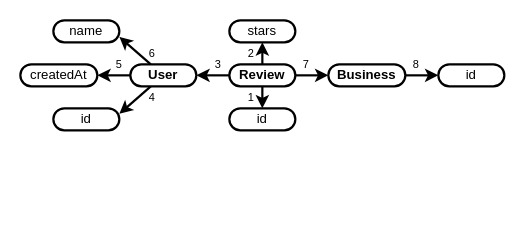
tuaki/phd-thesis keeps this draw.io diagram as page "schema_category" (3 of 12) of img/src/commentary.drawio. Above is the earlier version. Source tidied: cells renumbered, new cells numbered last; positions are measured from the earlier drawing's top-left corner, leaving out a move shared by most shapes. Both pictures are drawn from the tidied source at 110%, with x=0, y=0 at pixel (20, 20).
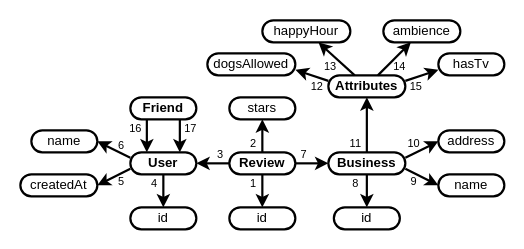
Above is the later version.

Diff of the diagram source:
```diff
@@
-    <mxCell id="2" style="rounded=0;jettySize=auto;html=1;strokeWidth=2;entryX=1;entryY=0.75;entryDx=0;entryDy=0;" parent="1" edge="1" source="5" target="15">
+    <mxCell id="2" style="rounded=0;jettySize=auto;html=1;strokeWidth=2;entryX=1;entryY=0.5;entryDx=0;entryDy=0;exitX=0;exitY=0.25;exitDx=0;exitDy=0;" parent="1" edge="1" source="5" target="15">
       <mxGeometry relative="1" as="geometry" />
     </mxCell>
-    <mxCell id="3" style="rounded=0;jettySize=auto;html=1;strokeWidth=2;" parent="1" edge="1" source="5" target="18">
+    <mxCell id="3" style="rounded=0;jettySize=auto;html=1;strokeWidth=2;entryX=1;entryY=0.5;entryDx=0;entryDy=0;exitX=0;exitY=0.75;exitDx=0;exitDy=0;" parent="1" edge="1" source="5" target="18">
       <mxGeometry relative="1" as="geometry" />
     </mxCell>
-    <mxCell id="4" style="rounded=0;jettySize=auto;html=1;strokeWidth=2;entryX=1;entryY=0.25;entryDx=0;entryDy=0;" parent="1" edge="1" source="5" target="16">
+    <mxCell id="4" style="rounded=0;jettySize=auto;html=1;strokeWidth=2;" parent="1" edge="1" source="5" target="16">
       <mxGeometry relative="1" as="geometry" />
     </mxCell>
     <mxCell id="5" value="User" style="rounded=1;whiteSpace=wrap;html=1;strokeWidth=2;arcSize=50;fontSize=12;fontStyle=1;" parent="1" vertex="1">
-      <mxGeometry x="100" y="40" width="60" height="20" as="geometry" />
+      <mxGeometry x="100" y="120" width="60" height="20" as="geometry" />
     </mxCell>
@@
     <mxCell id="10" value="Review" style="rounded=1;whiteSpace=wrap;html=1;strokeWidth=2;arcSize=50;fontSize=12;fontStyle=1;" parent="1" vertex="1">
-      <mxGeometry x="190" y="40" width="60" height="20" as="geometry" />
+      <mxGeometry x="190" y="120" width="60" height="20" as="geometry" />
     </mxCell>
@@
+    <mxCell id="27" style="rounded=0;jettySize=auto;html=1;strokeWidth=2;entryX=0;entryY=0.5;entryDx=0;entryDy=0;exitX=1;exitY=0.75;exitDx=0;exitDy=0;" parent="1" edge="1" source="12" target="31">
+      <mxGeometry relative="1" as="geometry" />
+    </mxCell>
+    <mxCell id="28" style="rounded=0;jettySize=auto;html=1;strokeWidth=2;" parent="1" edge="1" source="12" target="30">
+      <mxGeometry relative="1" as="geometry" />
+    </mxCell>
     <mxCell id="12" value="Business" style="rounded=1;whiteSpace=wrap;html=1;strokeWidth=2;arcSize=50;fontSize=12;fontStyle=1;" parent="1" vertex="1">
-      <mxGeometry x="280" y="40" width="70" height="20" as="geometry" />
+      <mxGeometry x="280" y="120" width="70" height="20" as="geometry" />
     </mxCell>
     <mxCell id="13" value="stars" style="rounded=1;whiteSpace=wrap;html=1;strokeWidth=2;arcSize=50;fontSize=12;" parent="1" vertex="1">
-      <mxGeometry x="190" width="60" height="20" as="geometry" />
+      <mxGeometry x="190" y="70" width="60" height="20" as="geometry" />
     </mxCell>
     <mxCell id="14" value="id" style="rounded=1;whiteSpace=wrap;html=1;strokeWidth=2;arcSize=50;fontSize=12;" parent="1" vertex="1">
-      <mxGeometry x="380" y="40" width="60" height="20" as="geometry" />
+      <mxGeometry x="285" y="170" width="60" height="20" as="geometry" />
     </mxCell>
     <mxCell id="15" value="name" style="rounded=1;whiteSpace=wrap;html=1;strokeWidth=2;arcSize=50;fontSize=12;" parent="1" vertex="1">
-      <mxGeometry x="30" width="60" height="20" as="geometry" />
+      <mxGeometry x="10" y="100" width="60" height="20" as="geometry" />
     </mxCell>
     <mxCell id="16" value="id" style="rounded=1;whiteSpace=wrap;html=1;strokeWidth=2;arcSize=50;fontSize=12;" parent="1" vertex="1">
-      <mxGeometry x="30" y="80" width="60" height="20" as="geometry" />
+      <mxGeometry x="100" y="170" width="60" height="20" as="geometry" />
     </mxCell>
     <mxCell id="17" value="id" style="rounded=1;whiteSpace=wrap;html=1;strokeWidth=2;arcSize=50;fontSize=12;" parent="1" vertex="1">
-      <mxGeometry x="190" y="80" width="60" height="20" as="geometry" />
+      <mxGeometry x="190" y="170" width="60" height="20" as="geometry" />
     </mxCell>
     <mxCell id="18" value="createdAt" style="rounded=1;whiteSpace=wrap;html=1;strokeWidth=2;arcSize=50;fontSize=12;" parent="1" vertex="1">
-      <mxGeometry y="40" width="70" height="20" as="geometry" />
+      <mxGeometry y="140" width="70" height="20" as="geometry" />
     </mxCell>
     <mxCell id="19" value="&lt;p style=&quot;line-height: 100%;&quot;&gt;&lt;font style=&quot;font-size: 10px;&quot;&gt;2&lt;/font&gt;&lt;/p&gt;" style="text;html=1;align=center;verticalAlign=middle;whiteSpace=wrap;rounded=0;" parent="1" vertex="1">
-      <mxGeometry x="200" y="20" width="20" height="20" as="geometry" />
+      <mxGeometry x="202" y="102" width="20" height="20" as="geometry" />
     </mxCell>
     <mxCell id="20" value="&lt;p style=&quot;line-height: 100%;&quot;&gt;&lt;font style=&quot;font-size: 10px;&quot;&gt;1&lt;/font&gt;&lt;/p&gt;" style="text;html=1;align=center;verticalAlign=middle;whiteSpace=wrap;rounded=0;" parent="1" vertex="1">
-      <mxGeometry x="200" y="60" width="20" height="20" as="geometry" />
+      <mxGeometry x="202" y="138" width="20" height="20" as="geometry" />
     </mxCell>
     <mxCell id="21" value="&lt;p style=&quot;line-height: 100%;&quot;&gt;&lt;font style=&quot;font-size: 10px;&quot;&gt;3&lt;/font&gt;&lt;/p&gt;" style="text;html=1;align=center;verticalAlign=middle;whiteSpace=wrap;rounded=0;" parent="1" vertex="1">
-      <mxGeometry x="170" y="30" width="20" height="20" as="geometry" />
+      <mxGeometry x="172" y="112" width="20" height="20" as="geometry" />
     </mxCell>
     <mxCell id="22" value="&lt;p style=&quot;line-height: 100%;&quot;&gt;&lt;font style=&quot;font-size: 10px;&quot;&gt;6&lt;/font&gt;&lt;/p&gt;" style="text;html=1;align=center;verticalAlign=middle;whiteSpace=wrap;rounded=0;" parent="1" vertex="1">
-      <mxGeometry x="110" y="20" width="20" height="20" as="geometry" />
+      <mxGeometry x="82" y="103" width="20" height="20" as="geometry" />
     </mxCell>
     <mxCell id="23" value="&lt;p style=&quot;line-height: 100%;&quot;&gt;&lt;font style=&quot;font-size: 10px;&quot;&gt;5&lt;/font&gt;&lt;/p&gt;" style="text;html=1;align=center;verticalAlign=middle;whiteSpace=wrap;rounded=0;" parent="1" vertex="1">
-      <mxGeometry x="80" y="30" width="20" height="20" as="geometry" />
+      <mxGeometry x="82" y="136" width="20" height="20" as="geometry" />
     </mxCell>
     <mxCell id="24" value="&lt;p style=&quot;line-height: 100%;&quot;&gt;&lt;font style=&quot;font-size: 10px;&quot;&gt;4&lt;/font&gt;&lt;/p&gt;" style="text;html=1;align=center;verticalAlign=middle;whiteSpace=wrap;rounded=0;" parent="1" vertex="1">
-      <mxGeometry x="110" y="60" width="20" height="20" as="geometry" />
+      <mxGeometry x="112" y="138" width="20" height="20" as="geometry" />
     </mxCell>
     <mxCell id="25" value="&lt;p style=&quot;line-height: 100%;&quot;&gt;&lt;font style=&quot;font-size: 10px;&quot;&gt;7&lt;/font&gt;&lt;/p&gt;" style="text;html=1;align=center;verticalAlign=middle;whiteSpace=wrap;rounded=0;" parent="1" vertex="1">
-      <mxGeometry x="250" y="30" width="20" height="20" as="geometry" />
+      <mxGeometry x="248" y="112" width="20" height="20" as="geometry" />
     </mxCell>
     <mxCell id="26" value="&lt;p style=&quot;line-height: 100%;&quot;&gt;&lt;font style=&quot;font-size: 10px;&quot;&gt;8&lt;/font&gt;&lt;/p&gt;" style="text;html=1;align=center;verticalAlign=middle;whiteSpace=wrap;rounded=0;" parent="1" vertex="1">
-      <mxGeometry x="350" y="30" width="20" height="20" as="geometry" />
+      <mxGeometry x="295" y="138" width="20" height="20" as="geometry" />
     </mxCell>
+    <mxCell id="29" style="rounded=0;jettySize=auto;html=1;strokeWidth=2;entryX=1;entryY=0.75;entryDx=0;entryDy=0;exitX=0;exitY=0.25;exitDx=0;exitDy=0;" parent="1" edge="1" source="30" target="33">
+      <mxGeometry relative="1" as="geometry" />
+    </mxCell>
+    <mxCell id="30" value="Attributes" style="rounded=1;whiteSpace=wrap;html=1;strokeWidth=2;arcSize=50;fontSize=12;fontStyle=1;" parent="1" vertex="1">
+      <mxGeometry x="280" y="50" width="70" height="20" as="geometry" />
+    </mxCell>
+    <mxCell id="31" value="name" style="rounded=1;whiteSpace=wrap;html=1;strokeWidth=2;arcSize=50;fontSize=12;" parent="1" vertex="1">
+      <mxGeometry x="380" y="140" width="60" height="20" as="geometry" />
+    </mxCell>
+    <mxCell id="32" value="hasTv" style="rounded=1;whiteSpace=wrap;html=1;strokeWidth=2;arcSize=50;fontSize=12;" parent="1" vertex="1">
+      <mxGeometry x="380" y="30" width="60" height="20" as="geometry" />
+    </mxCell>
+    <mxCell id="33" value="dogsAllowed" style="rounded=1;whiteSpace=wrap;html=1;strokeWidth=2;arcSize=50;fontSize=12;" parent="1" vertex="1">
+      <mxGeometry x="170" y="30" width="80" height="20" as="geometry" />
+    </mxCell>
+    <mxCell id="34" style="rounded=0;jettySize=auto;html=1;strokeWidth=2;entryX=0;entryY=0.75;entryDx=0;entryDy=0;exitX=1;exitY=0.25;exitDx=0;exitDy=0;" parent="1" edge="1" source="30" target="32">
+      <mxGeometry relative="1" as="geometry" />
+    </mxCell>
+    <mxCell id="35" value="&lt;p style=&quot;line-height: 100%;&quot;&gt;&lt;font style=&quot;font-size: 10px;&quot;&gt;9&lt;/font&gt;&lt;/p&gt;" style="text;html=1;align=center;verticalAlign=middle;whiteSpace=wrap;rounded=0;" parent="1" vertex="1">
+      <mxGeometry x="348" y="136" width="20" height="20" as="geometry" />
+    </mxCell>
+    <mxCell id="36" value="&lt;p style=&quot;line-height: 100%;&quot;&gt;&lt;font style=&quot;font-size: 10px;&quot;&gt;10&lt;/font&gt;&lt;/p&gt;" style="text;html=1;align=center;verticalAlign=middle;whiteSpace=wrap;rounded=0;" parent="1" vertex="1">
+      <mxGeometry x="348" y="102" width="20" height="20" as="geometry" />
+    </mxCell>
+    <mxCell id="37" value="&lt;p style=&quot;line-height: 100%;&quot;&gt;&lt;font style=&quot;font-size: 10px;&quot;&gt;12&lt;/font&gt;&lt;/p&gt;" style="text;html=1;align=center;verticalAlign=middle;whiteSpace=wrap;rounded=0;" parent="1" vertex="1">
+      <mxGeometry x="260" y="50" width="20" height="20" as="geometry" />
+    </mxCell>
+    <mxCell id="38" value="&lt;p style=&quot;line-height: 100%;&quot;&gt;&lt;font style=&quot;font-size: 10px;&quot;&gt;13&lt;/font&gt;&lt;/p&gt;" style="text;html=1;align=center;verticalAlign=middle;whiteSpace=wrap;rounded=0;" parent="1" vertex="1">
+      <mxGeometry x="272" y="32" width="20" height="20" as="geometry" />
+    </mxCell>
+    <mxCell id="39" value="address" style="rounded=1;whiteSpace=wrap;html=1;strokeWidth=2;arcSize=50;fontSize=12;" parent="1" vertex="1">
+      <mxGeometry x="380" y="100" width="60" height="20" as="geometry" />
+    </mxCell>
+    <mxCell id="40" style="rounded=0;jettySize=auto;html=1;strokeWidth=2;entryX=0;entryY=0.5;entryDx=0;entryDy=0;exitX=1;exitY=0.25;exitDx=0;exitDy=0;" parent="1" edge="1" source="12" target="39">
+      <mxGeometry relative="1" as="geometry" />
+    </mxCell>
+    <mxCell id="41" value="ambience" style="rounded=1;whiteSpace=wrap;html=1;strokeWidth=2;arcSize=50;fontSize=12;" parent="1" vertex="1">
+      <mxGeometry x="330" width="70" height="20" as="geometry" />
+    </mxCell>
+    <mxCell id="42" value="happyHour" style="rounded=1;whiteSpace=wrap;html=1;strokeWidth=2;arcSize=50;fontSize=12;" parent="1" vertex="1">
+      <mxGeometry x="220" width="80" height="20" as="geometry" />
+    </mxCell>
+    <mxCell id="43" value="Friend" style="rounded=1;whiteSpace=wrap;html=1;strokeWidth=2;arcSize=50;fontSize=12;fontStyle=1;" parent="1" vertex="1">
+      <mxGeometry x="100" y="70" width="60" height="20" as="geometry" />
+    </mxCell>
+    <mxCell id="44" style="rounded=0;jettySize=auto;html=1;strokeWidth=2;entryX=0.25;entryY=0;entryDx=0;entryDy=0;exitX=0.25;exitY=1;exitDx=0;exitDy=0;" parent="1" edge="1" source="43" target="5">
+      <mxGeometry relative="1" as="geometry" />
+    </mxCell>
+    <mxCell id="45" style="rounded=0;jettySize=auto;html=1;strokeWidth=2;entryX=0.75;entryY=0;entryDx=0;entryDy=0;exitX=0.75;exitY=1;exitDx=0;exitDy=0;" parent="1" edge="1" source="43" target="5">
+      <mxGeometry relative="1" as="geometry" />
+    </mxCell>
+    <mxCell id="46" value="&lt;p style=&quot;line-height: 100%;&quot;&gt;&lt;font style=&quot;font-size: 10px;&quot;&gt;14&lt;/font&gt;&lt;/p&gt;" style="text;html=1;align=center;verticalAlign=middle;whiteSpace=wrap;rounded=0;" parent="1" vertex="1">
+      <mxGeometry x="335" y="32" width="20" height="20" as="geometry" />
+    </mxCell>
+    <mxCell id="47" value="&lt;p style=&quot;line-height: 100%;&quot;&gt;&lt;font style=&quot;font-size: 10px;&quot;&gt;15&lt;/font&gt;&lt;/p&gt;" style="text;html=1;align=center;verticalAlign=middle;whiteSpace=wrap;rounded=0;" parent="1" vertex="1">
+      <mxGeometry x="350" y="50" width="20" height="20" as="geometry" />
+    </mxCell>
+    <mxCell id="48" value="&lt;p style=&quot;line-height: 100%;&quot;&gt;&lt;font style=&quot;font-size: 10px;&quot;&gt;16&lt;/font&gt;&lt;/p&gt;" style="text;html=1;align=center;verticalAlign=middle;whiteSpace=wrap;rounded=0;" parent="1" vertex="1">
+      <mxGeometry x="95" y="88" width="20" height="20" as="geometry" />
+    </mxCell>
+    <mxCell id="49" value="&lt;p style=&quot;line-height: 100%;&quot;&gt;&lt;font style=&quot;font-size: 10px;&quot;&gt;17&lt;/font&gt;&lt;/p&gt;" style="text;html=1;align=center;verticalAlign=middle;whiteSpace=wrap;rounded=0;" parent="1" vertex="1">
+      <mxGeometry x="145" y="88" width="20" height="20" as="geometry" />
+    </mxCell>
+    <mxCell id="50" style="rounded=0;jettySize=auto;html=1;strokeWidth=2;" parent="1" edge="1" source="30" target="42">
+      <mxGeometry relative="1" as="geometry" />
+    </mxCell>
+    <mxCell id="51" style="rounded=0;jettySize=auto;html=1;strokeWidth=2;" parent="1" edge="1" source="30" target="41">
+      <mxGeometry relative="1" as="geometry" />
+    </mxCell>
+    <mxCell id="52" value="&lt;p style=&quot;line-height: 100%;&quot;&gt;&lt;font style=&quot;font-size: 10px;&quot;&gt;11&lt;/font&gt;&lt;/p&gt;" style="text;html=1;align=center;verticalAlign=middle;whiteSpace=wrap;rounded=0;" parent="1" vertex="1">
+      <mxGeometry x="295" y="102" width="20" height="20" as="geometry" />
+    </mxCell>
```
